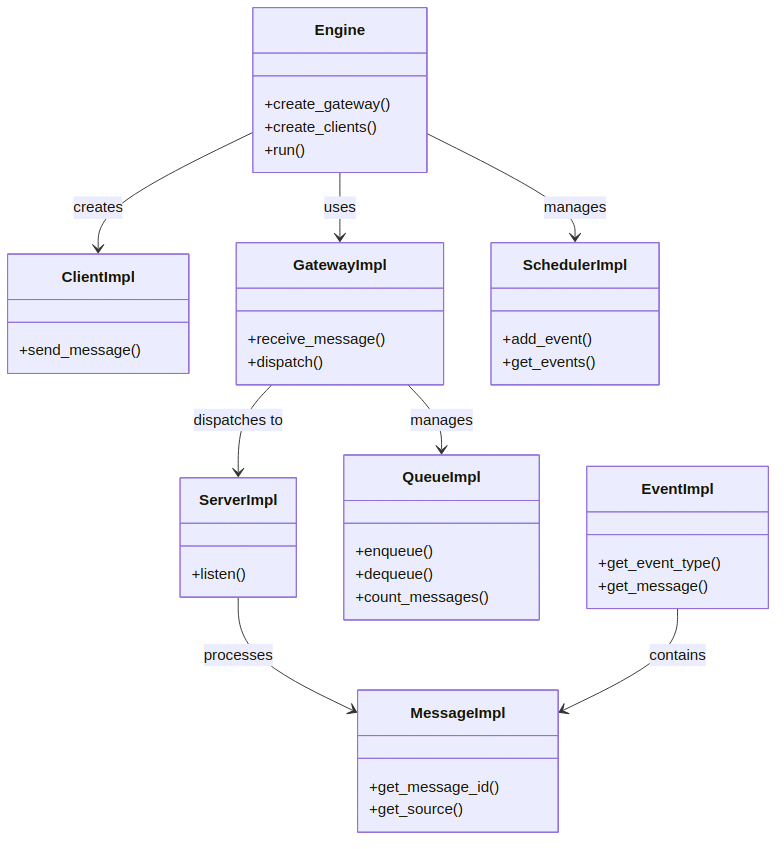
Above: mermaid/mermaid_class.png in ezYakaEagle442/rcp103 (Mermaid), before the change. Its source is kept beside it as mermaid/mermaid_class.mmd.
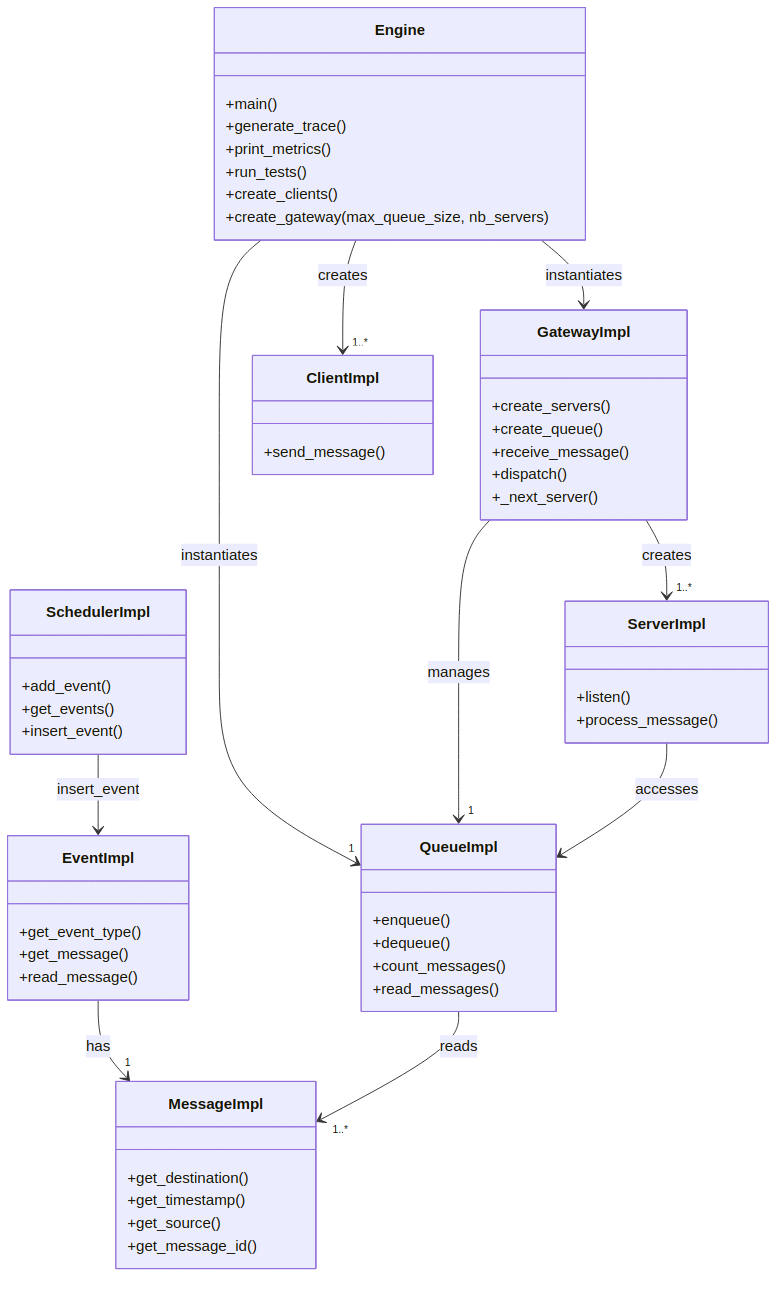
The same diagram one commit later.

The edit, as a diff of the source:
```diff
@@ -2,9 +2,20 @@
 
 classDiagram
     class Engine {
-        +create_gateway()
+        +main()
+        +generate_trace()
+        +print_metrics()
+        +run_tests()
         +create_clients()
-        +run()
+        +create_gateway(max_queue_size, nb_servers)
+    }
+
+    class GatewayImpl {
+        +create_servers()
+        +create_queue()
+        +receive_message()
+        +dispatch()
+        +_next_server()
     }
 
     class ClientImpl {
@@ -14,39 +25,42 @@
     class EventImpl {
         +get_event_type()
         +get_message()
-    }
-
-    class GatewayImpl {
-        +receive_message()
-        +dispatch()
+        +read_message()
     }
 
     class MessageImpl {
+        +get_destination()
+        +get_timestamp()
+        +get_source()
         +get_message_id()
-        +get_source()
     }
 
     class QueueImpl {
         +enqueue()
         +dequeue()
         +count_messages()
+        +read_messages()
     }
 
     class SchedulerImpl {
         +add_event()
         +get_events()
+        +insert_event()
     }
 
     class ServerImpl {
         +listen()
+        +process_message()
     }
 
-    Engine --> GatewayImpl : uses
-    Engine --> ClientImpl : creates
-    Engine --> SchedulerImpl : manages
-    GatewayImpl --> QueueImpl : manages
-    GatewayImpl --> ServerImpl : dispatches to
-    ServerImpl --> MessageImpl : processes
-    EventImpl --> MessageImpl : contains
+    Engine --> "1" QueueImpl: instantiates
+    GatewayImpl --> "1..*" ServerImpl : creates
+    GatewayImpl --> "1" QueueImpl : manages
+    Engine --> GatewayImpl : instantiates
+    Engine --> "1..*" ClientImpl : creates
+    EventImpl --> "1" MessageImpl : has
+    QueueImpl --> "1..*" MessageImpl : reads
+    SchedulerImpl --> EventImpl : insert_event
+    ServerImpl --> QueueImpl : accesses
 
 
```
